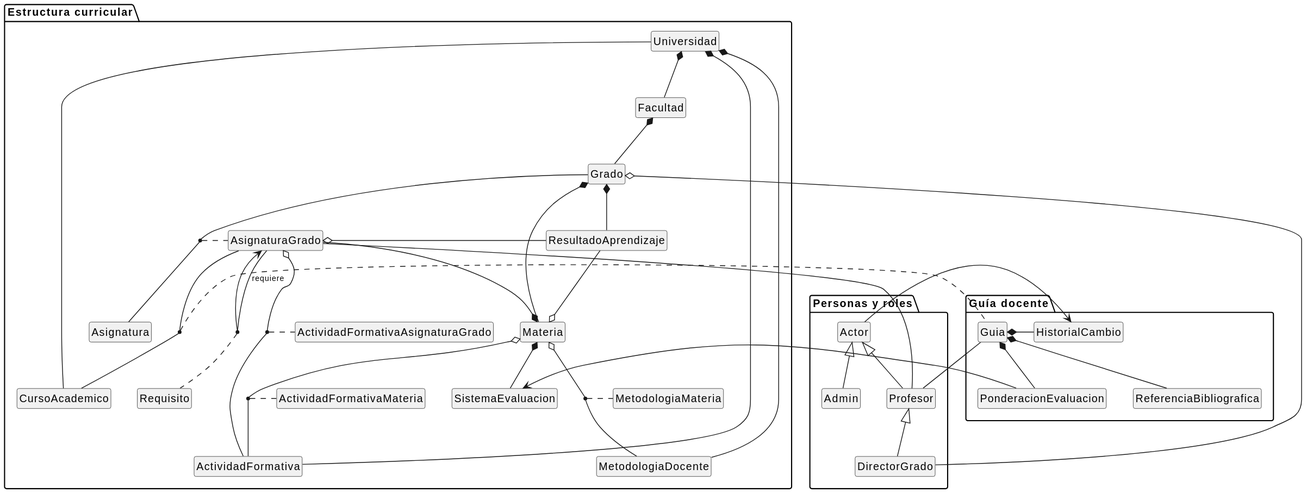
Above: images/RUP/00-modelo-del-dominio/modeloDominioSimple.svg in mmasias/pyCeldaPublico (PlantUML), before the change.
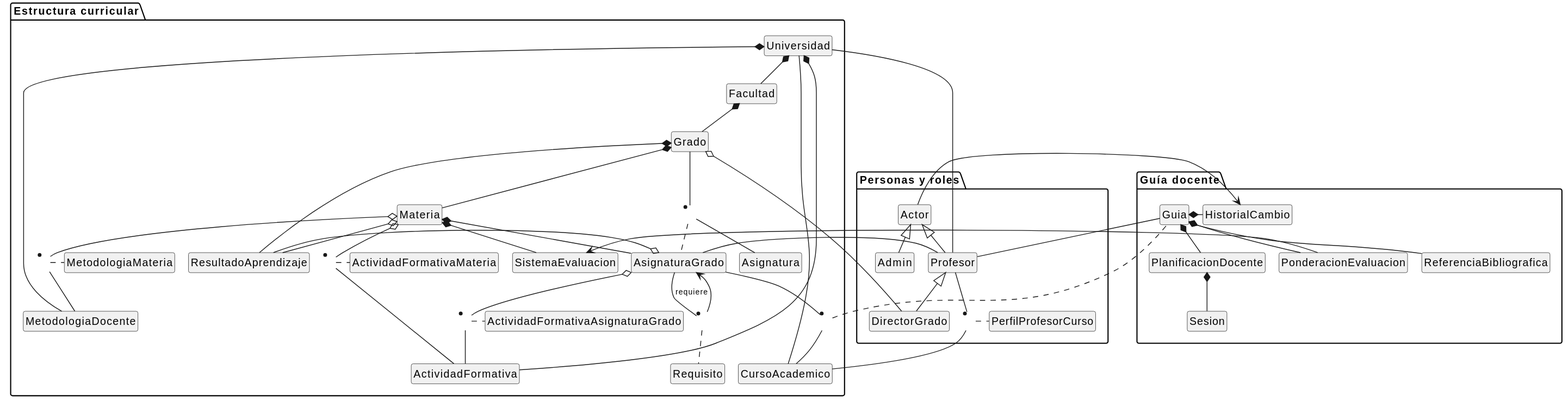
The same file after the commit.

Commit message:
docs: sincroniza modelo del dominio con la versión limpia de pyCelda

What changed in the source:
```diff
@@ -51,6 +51,10 @@
   PonderacionEvaluacion -> SistemaEvaluacion
   class ReferenciaBibliografica
   Guia *-- ReferenciaBibliografica
+  class PlanificacionDocente
+  class Sesion
+  Guia *-- PlanificacionDocente
+  PlanificacionDocente *-- Sesion
 }
 
 package "Personas y roles" {
@@ -58,13 +62,16 @@
   class Profesor
   class Admin
   class DirectorGrado
+  class PerfilProfesorCurso
 
   Profesor -u-|> Actor
   Admin -u-|> Actor
   DirectorGrado -u-|> Profesor
   Actor -> HistorialCambio
+  Universidad -- Profesor
   AsignaturaGrado - Profesor
   Grado o- DirectorGrado
+  (Profesor, CursoAcademico) .. PerfilProfesorCurso
 }
 
 Guia -- Profesor
```
